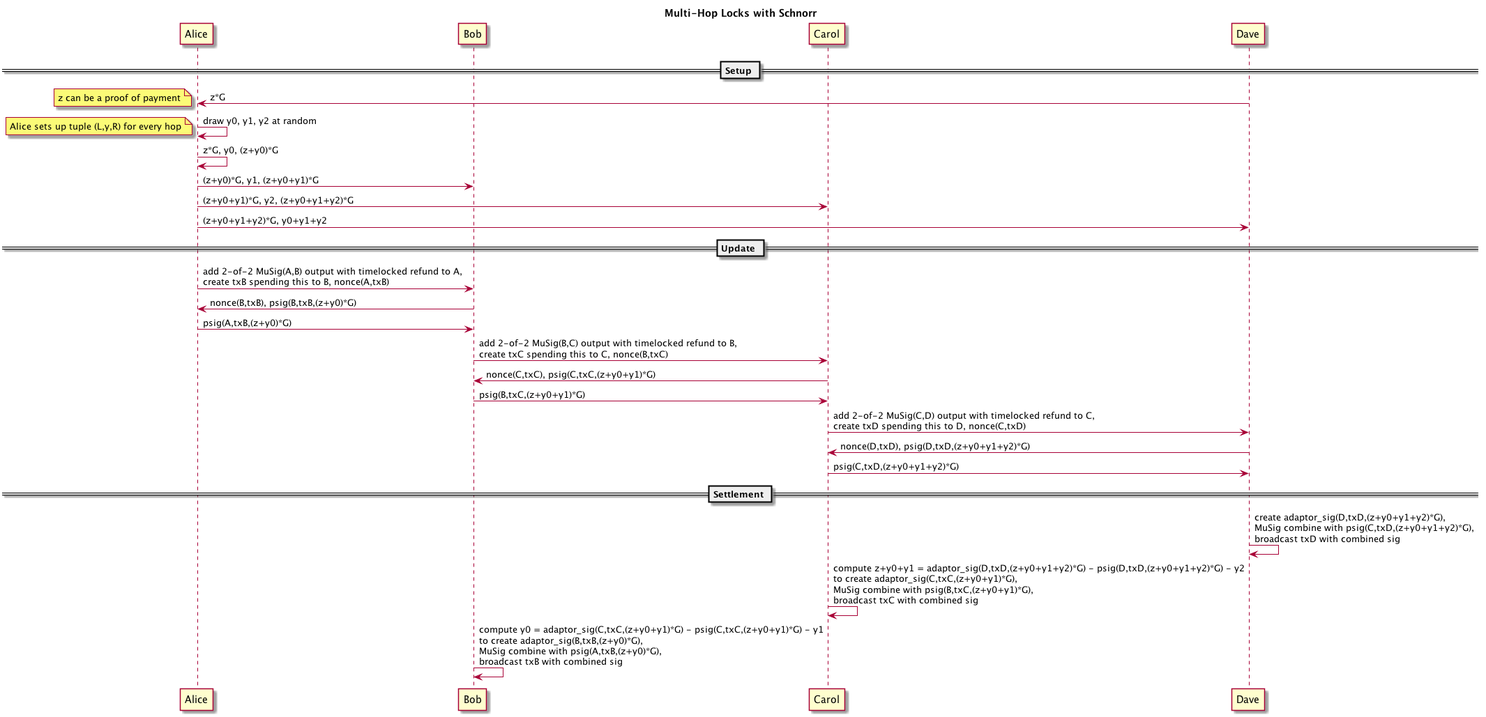
Earlier version of the PlantUML export md/images/multi-hop-locks.png (BlockstreamResearch/scriptless-scripts).
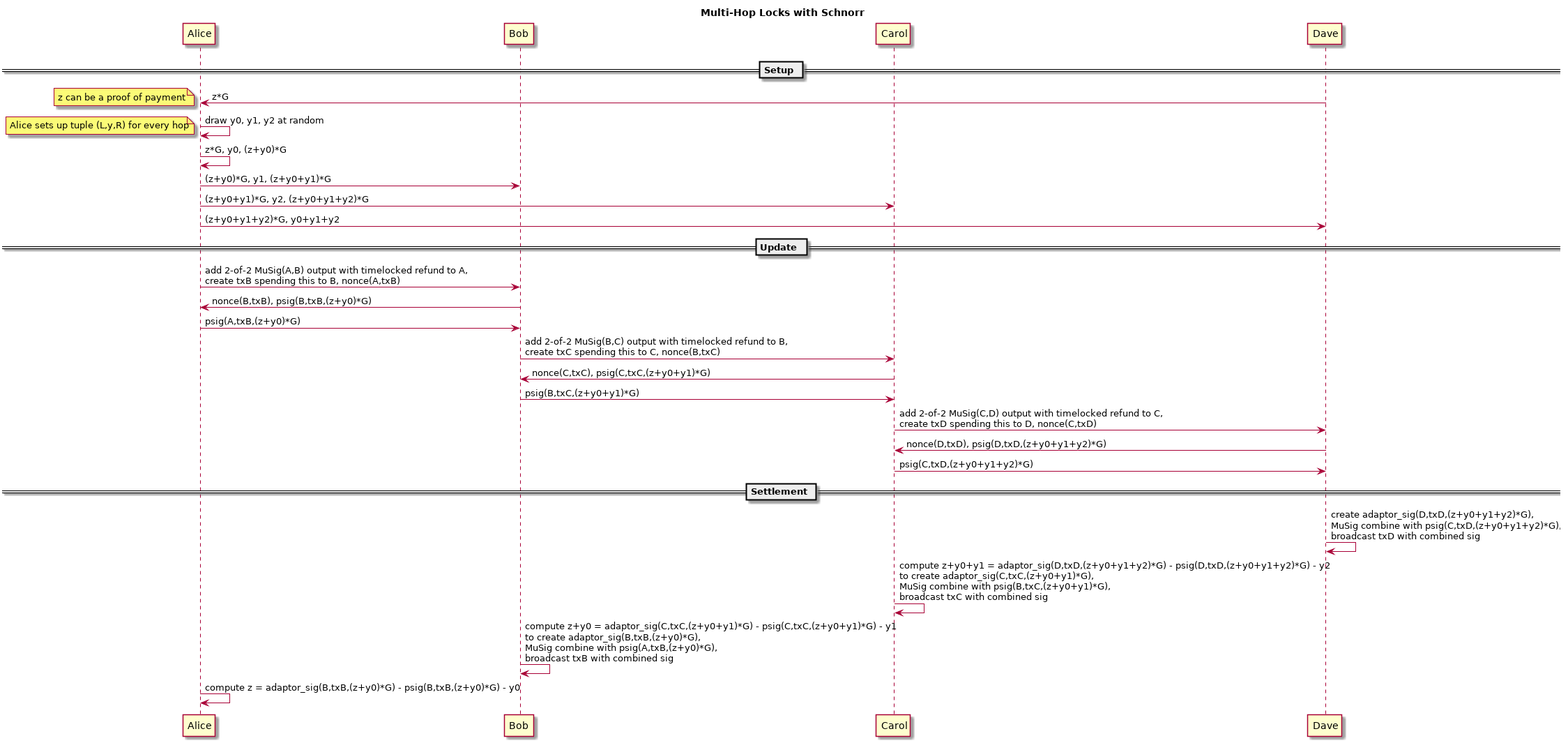
The same diagram one commit later.

Commit message:
A few multi-hop-locks clarification

* Fixed a few typos
* Fixed a small error in the update phase of the flow diagram
* Harmonized terms payer/payee
* Added a few clarifications (from the LN's point of view)
* Some markdown linting

The edit, as a diff of the source:
```diff
@@ -7,7 +7,7 @@
 
 == Setup ==
 
-    Dave->Alice : z*G
+    Dave->Alice  : z*G
     note left
         z can be a proof of payment
     end note
@@ -15,10 +15,10 @@
     note left
         Alice sets up tuple (L,y,R) for every hop
     end note
-    Alice->Alice: z*G, y0, (z+y0)*G
-    Alice->Bob  : (z+y0)*G, y1, (z+y0+y1)*G
-    Alice->Carol: (z+y0+y1)*G, y2, (z+y0+y1+y2)*G
-    Alice->Dave : (z+y0+y1+y2)*G, y0+y1+y2
+    Alice->Alice : z*G, y0, (z+y0)*G
+    Alice->Bob   : (z+y0)*G, y1, (z+y0+y1)*G
+    Alice->Carol : (z+y0+y1)*G, y2, (z+y0+y1+y2)*G
+    Alice->Dave  : (z+y0+y1+y2)*G, y0+y1+y2
 
 == Update ==
 
@@ -34,8 +34,9 @@
 
 == Settlement ==
 
-Dave->Dave : create adaptor_sig(D,txD,(z+y0+y1+y2)*G),\nMuSig combine with psig(C,txD,(z+y0+y1+y2)*G),\nbroadcast txD with combined sig
+Dave->Dave   : create adaptor_sig(D,txD,(z+y0+y1+y2)*G),\nMuSig combine with psig(C,txD,(z+y0+y1+y2)*G),\nbroadcast txD with combined sig
 Carol->Carol : compute z+y0+y1 = adaptor_sig(D,txD,(z+y0+y1+y2)*G) - psig(D,txD,(z+y0+y1+y2)*G) - y2\nto create adaptor_sig(C,txC,(z+y0+y1)*G),\nMuSig combine with psig(B,txC,(z+y0+y1)*G),\nbroadcast txC with combined sig
-Bob->Bob : compute y0 = adaptor_sig(C,txC,(z+y0+y1)*G) - psig(C,txC,(z+y0+y1)*G) - y1\nto create adaptor_sig(B,txB,(z+y0)*G),\nMuSig combine with psig(A,txB,(z+y0)*G),\nbroadcast txB with combined sig
+Bob->Bob     : compute z+y0 = adaptor_sig(C,txC,(z+y0+y1)*G) - psig(C,txC,(z+y0+y1)*G) - y1\nto create adaptor_sig(B,txB,(z+y0)*G),\nMuSig combine with psig(A,txB,(z+y0)*G),\nbroadcast txB with combined sig
+Alice->Alice : compute z = adaptor_sig(B,txB,(z+y0)*G) - psig(B,txB,(z+y0)*G) - y0
 
 @enduml
```
